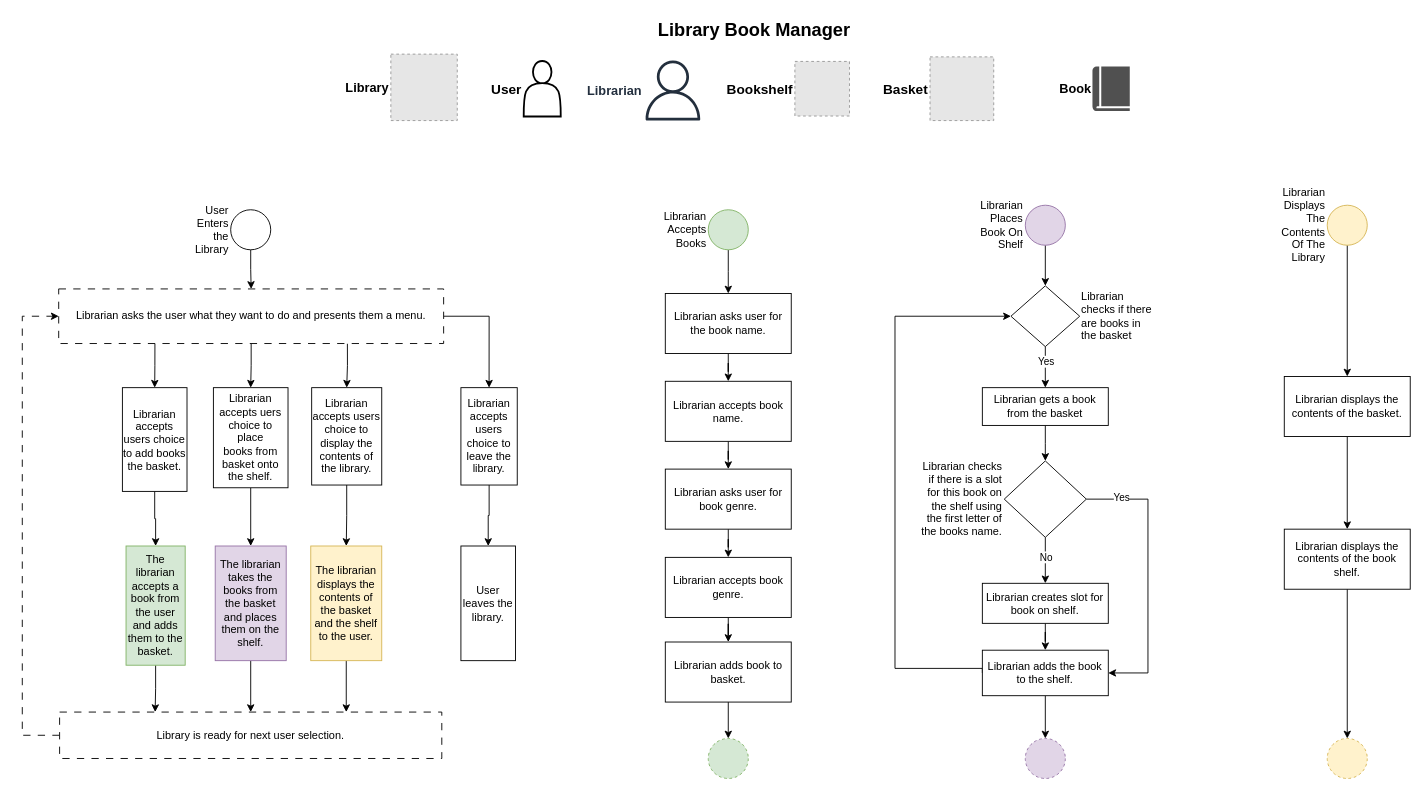
Before: page "libary-manager-design-v2" (4 of 4) of sample/LibraryManager.drawio in vishalpalaniappan/asp-adli-python, a draw.io diagram. Source tidied: cells renumbered, new cells numbered last; positions are measured from the earlier drawing's top-left corner, leaving out a move shared by most shapes. Both pictures are drawn from the tidied source at 91%, with x=0, y=0 at pixel (22, 15). Pictures stored in the file or linked from it are replaced by grey dashed boxes.
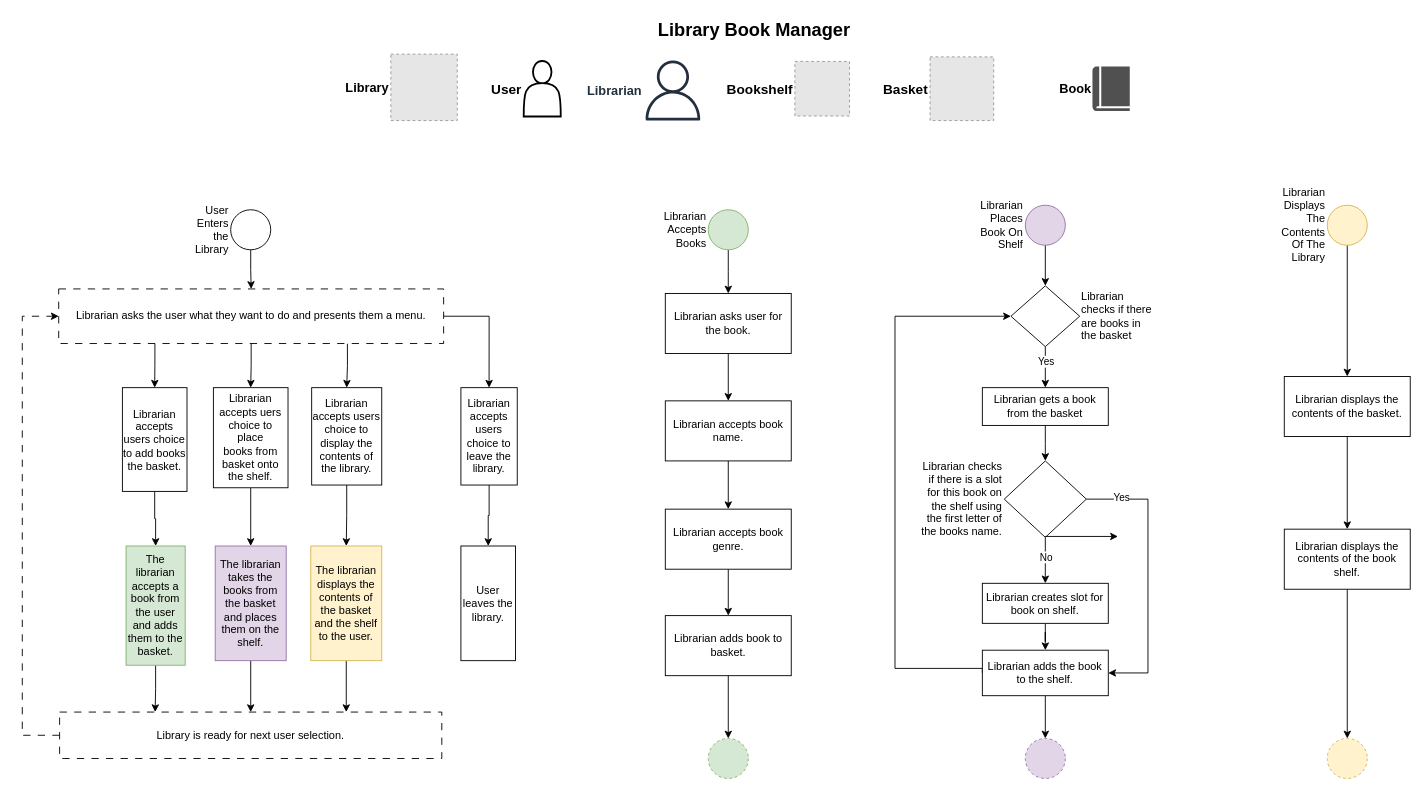
After the change.

Commit message:
Make modification to accept book behavior in the design.

Change to the diagram source:
```diff
@@
-    <mxCell id="37" value="Librarian asks user for the book name." style="rounded=0;whiteSpace=wrap;html=1;" parent="1" vertex="1">
+    <mxCell id="37" value="Librarian asks user for the book." style="rounded=0;whiteSpace=wrap;html=1;" parent="1" vertex="1">
       <mxGeometry x="706.6" y="305" width="138.4" height="66" as="geometry" />
     </mxCell>
-    <mxCell id="38" style="edgeStyle=orthogonalEdgeStyle;rounded=0;jettySize=auto;html=1;" parent="1" edge="1" source="39" target="41">
-      <mxGeometry relative="1" as="geometry" />
-    </mxCell>
+    <mxCell id="72" style="edgeStyle=orthogonalEdgeStyle;rounded=0;jettySize=auto;html=1;exitX=0.5;exitY=1;exitDx=0;exitDy=0;entryX=0.5;entryY=0;entryDx=0;entryDy=0;" parent="1" edge="1" source="39" target="43">
+      <mxGeometry relative="1" as="geometry" />
+    </mxCell>
     <mxCell id="39" value="Librarian accepts book name." style="rounded=0;whiteSpace=wrap;html=1;" parent="1" vertex="1">
-      <mxGeometry x="706.6" y="401.5" width="138.4" height="66" as="geometry" />
+      <mxGeometry x="706.6" y="423" width="138.4" height="66" as="geometry" />
     </mxCell>
-    <mxCell id="40" style="edgeStyle=orthogonalEdgeStyle;rounded=0;jettySize=auto;html=1;" parent="1" edge="1" source="41" target="43">
-      <mxGeometry relative="1" as="geometry" />
-    </mxCell>
-    <mxCell id="41" value="Librarian asks user for book genre." style="rounded=0;whiteSpace=wrap;html=1;" parent="1" vertex="1">
-      <mxGeometry x="706.6" y="498" width="138.4" height="66" as="geometry" />
-    </mxCell>
@@
     <mxCell id="43" value="Librarian accepts book genre." style="rounded=0;whiteSpace=wrap;html=1;" parent="1" vertex="1">
-      <mxGeometry x="706.6" y="595" width="138.4" height="66" as="geometry" />
+      <mxGeometry x="706.6" y="542" width="138.4" height="66" as="geometry" />
     </mxCell>
@@
     <mxCell id="45" value="Librarian adds book to basket." style="rounded=0;whiteSpace=wrap;html=1;" parent="1" vertex="1">
-      <mxGeometry x="706.6" y="688" width="138.4" height="66" as="geometry" />
+      <mxGeometry x="706.6" y="659" width="138.4" height="66" as="geometry" />
     </mxCell>
@@
+    <mxCell id="73" style="edgeStyle=none;orthogonalLoop=1;jettySize=auto;html=1;rounded=0;" parent="1" edge="1">
+      <mxGeometry relative="1" as="geometry">
+        <mxPoint x="1124" y="572" as="sourcePoint" />
+        <mxPoint x="1204" y="572" as="targetPoint" />
+      </mxGeometry>
+    </mxCell>
```
